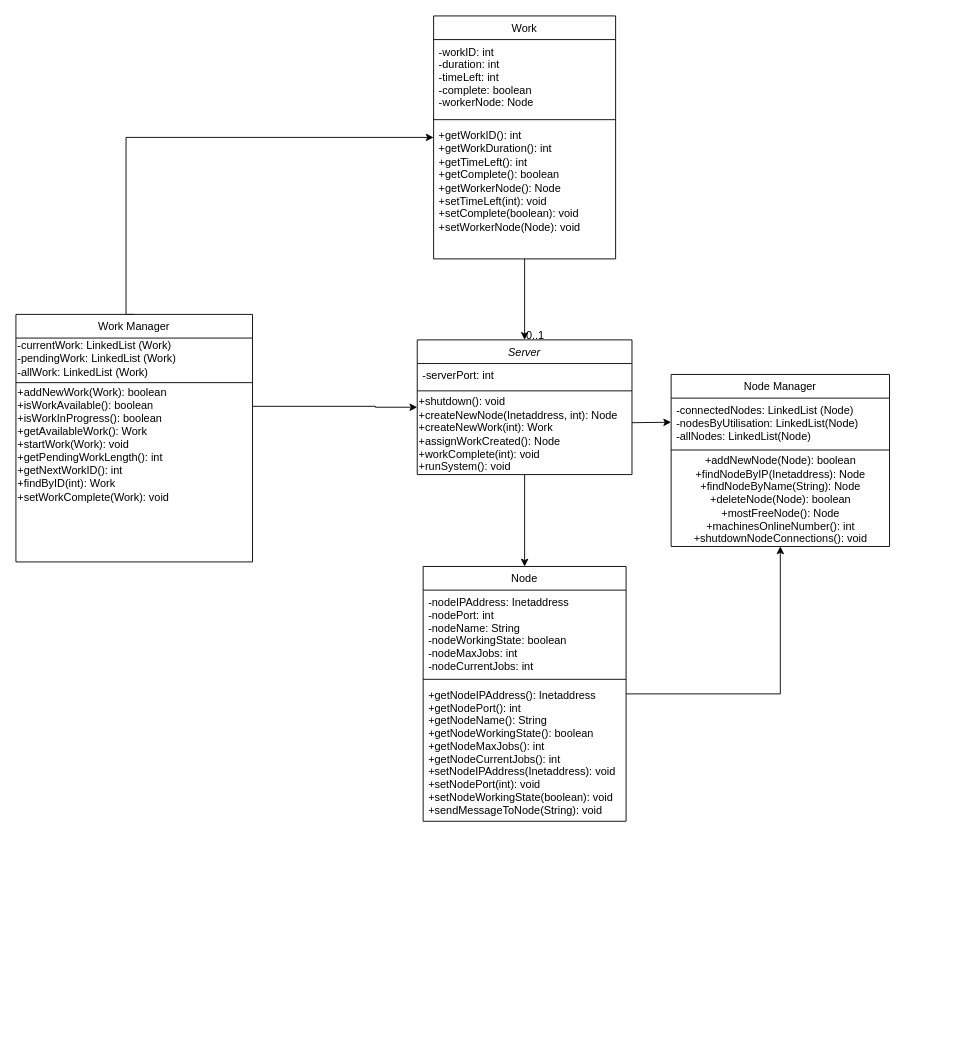
Earlier version of the draw.io diagram Server Class Diagram.drawio (aangu5/COMP27001_Load_Balancer_Server). Source tidied: cells renumbered, new cells numbered last; positions are measured from the earlier drawing's top-left corner, leaving out a move shared by most shapes. Both pictures are drawn from the tidied source at 91%, with x=0, y=0 at pixel (15, 15).
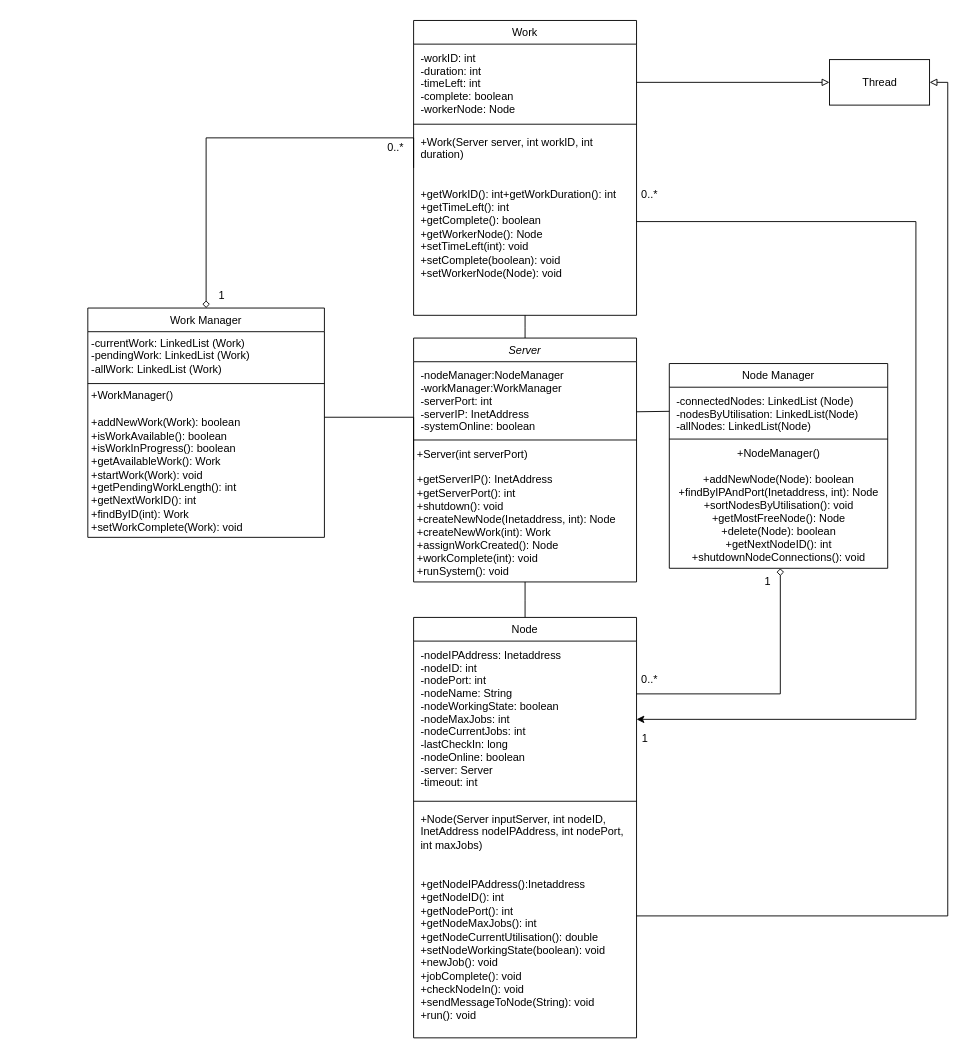
Above is the later version.

What changed in the source:
```diff
@@
+    <mxCell id="13" value="Node Manager" style="swimlane;fontStyle=0;align=center;verticalAlign=top;horizontal=1;startSize=26;rounded=0;shadow=0;strokeWidth=1;" parent="1" vertex="1">
+      <mxGeometry x="718" y="382" width="240" height="225" as="geometry" />
+    </mxCell>
+    <mxCell id="14" value="-connectedNodes: LinkedList (Node)&#10;-nodesByUtilisation: LinkedList(Node)&#10;-allNodes: LinkedList(Node)&#10;" style="text;align=left;verticalAlign=top;spacingLeft=4;spacingRight=4;overflow=hidden;points=[[0,0.5],[1,0.5]];portConstraint=eastwest;spacingBottom=0;spacing=4;" parent="13" vertex="1">
+      <mxGeometry y="26" width="240" height="53" as="geometry" />
+    </mxCell>
+    <mxCell id="15" style="line;html=1;strokeWidth=1;align=left;verticalAlign=middle;spacingTop=-1;spacingLeft=3;spacingRight=3;labelPosition=right;" parent="13" vertex="1">
+      <mxGeometry y="79" width="240" height="8" as="geometry" />
+    </mxCell>
+    <mxCell id="16" value="&lt;div&gt;+NodeManager()&lt;br&gt;&lt;/div&gt;&lt;div&gt;&lt;br&gt;&lt;/div&gt;&lt;div&gt;+addNewNode(Node): boolean&lt;/div&gt;&lt;div&gt;+findByIPAndPort(Inetaddress, int): Node&lt;/div&gt;&lt;div&gt;+sortNodesByUtilisation(): void&lt;/div&gt;&lt;div&gt;+getMostFreeNode(): Node&lt;br&gt;&lt;/div&gt;&lt;div&gt;+delete(Node): boolean&lt;/div&gt;&lt;div&gt;+getNextNodeID(): int&lt;br&gt;&lt;/div&gt;&lt;div&gt;+shutdownNodeConnections(): void&lt;br&gt;&lt;/div&gt;" style="text;html=1;align=center;verticalAlign=middle;spacingBottom=0;spacing=4;" parent="13" vertex="1">
+      <mxGeometry y="87" width="240" height="138" as="geometry" />
+    </mxCell>
-    <mxCell id="2" style="endArrow=none;endSize=10;endFill=0;shadow=0;strokeWidth=1;rounded=0;edgeStyle=elbowEdgeStyle;elbow=vertical;startArrow=classic;startFill=1;" parent="1" edge="1" source="17" target="21">
+    <mxCell id="2" style="endArrow=none;endSize=10;endFill=0;shadow=0;strokeWidth=1;rounded=0;edgeStyle=elbowEdgeStyle;elbow=vertical;startArrow=none;startFill=0;" parent="1" edge="1" source="17" target="21">
       <mxGeometry relative="1" as="geometry" />
     </mxCell>
-    <mxCell id="3" style="endArrow=none;endSize=10;endFill=0;shadow=0;strokeWidth=1;rounded=0;edgeStyle=elbowEdgeStyle;elbow=vertical;exitX=0;exitY=0.5;exitDx=0;exitDy=0;startArrow=classic;startFill=1;" parent="1" edge="1" source="14" target="21">
+    <mxCell id="3" style="endArrow=none;endSize=10;endFill=0;shadow=0;strokeWidth=1;rounded=0;edgeStyle=elbowEdgeStyle;elbow=vertical;exitX=0;exitY=0.5;exitDx=0;exitDy=0;startArrow=none;startFill=0;" parent="1" edge="1" source="14" target="21">
       <mxGeometry relative="1" as="geometry" />
     </mxCell>
-    <mxCell id="4" style="endArrow=none;shadow=0;strokeWidth=1;strokeColor=#000000;rounded=0;endFill=0;edgeStyle=elbowEdgeStyle;elbow=vertical;startArrow=classic;startFill=1;" parent="1" edge="1" source="21" target="8">
+    <mxCell id="4" style="endArrow=none;shadow=0;strokeWidth=1;strokeColor=#000000;rounded=0;endFill=0;edgeStyle=elbowEdgeStyle;elbow=vertical;startArrow=none;startFill=0;" parent="1" edge="1" source="21" target="8">
       <mxGeometry x="0.5" y="41" relative="1" as="geometry">
         <mxPoint x="-40" y="32" as="offset" />
       </mxGeometry>
     </mxCell>
-    <mxCell id="5" value="0..1" style="align=left;verticalAlign=bottom;labelBackgroundColor=none;fontSize=12;" parent="4" vertex="1">
-      <mxGeometry x="-1" relative="1" as="geometry">
-        <mxPoint y="4" as="offset" />
-      </mxGeometry>
-    </mxCell>
-    <mxCell id="6" style="edgeStyle=orthogonalEdgeStyle;rounded=0;jettySize=auto;html=1;exitX=0;exitY=0.5;exitDx=0;exitDy=0;entryX=0.5;entryY=0;entryDx=0;entryDy=0;startArrow=classic;startFill=1;endArrow=none;endFill=0;" parent="1" edge="1" source="8" target="25">
+    <mxCell id="6" style="edgeStyle=orthogonalEdgeStyle;rounded=0;jettySize=auto;html=1;entryX=0;entryY=0.5;entryDx=0;entryDy=0;startArrow=diamond;startFill=0;endArrow=none;endFill=0;" parent="1" edge="1" source="25" target="8">
       <mxGeometry relative="1" as="geometry">
         <Array as="points">
-          <mxPoint x="121" y="134" />
+          <mxPoint x="209" y="134" />
         </Array>
       </mxGeometry>
     </mxCell>
-    <mxCell id="7" style="edgeStyle=orthogonalEdgeStyle;rounded=0;jettySize=auto;html=1;startArrow=classic;startFill=1;endArrow=none;endFill=0;exitX=0;exitY=0.5;exitDx=0;exitDy=0;" parent="1" edge="1" source="21" target="25">
+    <mxCell id="7" style="edgeStyle=orthogonalEdgeStyle;rounded=0;jettySize=auto;html=1;startArrow=none;startFill=0;endArrow=none;endFill=0;exitX=0;exitY=0.5;exitDx=0;exitDy=0;" parent="1" edge="1" source="21" target="25">
       <mxGeometry relative="1" as="geometry">
         <Array as="points">
-          <mxPoint x="395" y="430" />
-          <mxPoint x="395" y="429" />
+          <mxPoint x="437" y="441" />
         </Array>
       </mxGeometry>
     </mxCell>
+    <mxCell id="12" style="edgeStyle=orthogonalEdgeStyle;rounded=0;jettySize=auto;html=1;startArrow=diamond;startFill=0;endArrow=none;endFill=0;" parent="1" edge="1" target="17">
+      <mxGeometry relative="1" as="geometry">
+        <mxPoint x="840" y="607" as="sourcePoint" />
+        <Array as="points">
+          <mxPoint x="840" y="607" />
+          <mxPoint x="840" y="745" />
+        </Array>
+      </mxGeometry>
+    </mxCell>
+    <mxCell id="29" value="0..*" style="text;html=1;align=center;verticalAlign=middle;" parent="1" vertex="1">
+      <mxGeometry x="403" y="136" width="28" height="18" as="geometry" />
+    </mxCell>
+    <mxCell id="30" value="1" style="text;html=1;align=center;verticalAlign=middle;" parent="1" vertex="1">
+      <mxGeometry x="217" y="299" width="17" height="18" as="geometry" />
+    </mxCell>
+    <mxCell id="31" value="0..*" style="text;html=1;align=center;verticalAlign=middle;" parent="1" vertex="1">
+      <mxGeometry x="682" y="720" width="28" height="18" as="geometry" />
+    </mxCell>
+    <mxCell id="32" value="&lt;div&gt;1&lt;/div&gt;" style="text;html=1;align=center;verticalAlign=middle;" parent="1" vertex="1">
+      <mxGeometry x="817" y="613" width="17" height="18" as="geometry" />
+    </mxCell>
+    <mxCell id="33" value="0..*" style="text;html=1;align=center;verticalAlign=middle;" parent="1" vertex="1">
+      <mxGeometry x="682" y="188" width="28" height="18" as="geometry" />
+    </mxCell>
+    <mxCell id="34" value="&lt;div&gt;1&lt;/div&gt;" style="text;html=1;align=center;verticalAlign=middle;" parent="1" vertex="1">
+      <mxGeometry x="682" y="785" width="17" height="18" as="geometry" />
+    </mxCell>
+    <mxCell id="35" style="edgeStyle=orthogonalEdgeStyle;rounded=0;jettySize=auto;html=1;startArrow=none;startFill=0;entryX=1;entryY=0.5;entryDx=0;entryDy=0;" parent="1" edge="1" source="11" target="18">
+      <mxGeometry relative="1" as="geometry">
+        <Array as="points">
+          <mxPoint x="989" y="226" />
+          <mxPoint x="989" y="773" />
+        </Array>
+      </mxGeometry>
+    </mxCell>
     <mxCell id="8" value="Work" style="swimlane;fontStyle=0;align=center;verticalAlign=top;horizontal=1;startSize=26;rounded=0;shadow=0;strokeWidth=1;" parent="1" vertex="1">
-      <mxGeometry x="459" width="200" height="267" as="geometry" />
+      <mxGeometry x="437" y="5" width="245" height="324" as="geometry" />
     </mxCell>
-    <mxCell id="9" value="-workID: int&#10;-duration: int&#10;-timeLeft: int&#10;-complete: boolean&#10;-workerNode: Node&#10;&#10;" style="text;align=left;verticalAlign=top;spacingLeft=4;spacingRight=4;overflow=hidden;points=[[0,0.5],[1,0.5]];portConstraint=eastwest;" parent="8" vertex="1">
-      <mxGeometry y="26" width="200" height="84" as="geometry" />
+    <mxCell id="9" value="-workID: int&#10;-duration: int&#10;-timeLeft: int&#10;-complete: boolean&#10;-workerNode: Node&#10;&#10;" style="text;align=left;verticalAlign=top;spacingLeft=4;spacingRight=4;overflow=hidden;points=[[0,0.5],[1,0.5]];portConstraint=eastwest;spacingBottom=0;spacing=4;" parent="8" vertex="1">
+      <mxGeometry y="26" width="245" height="84" as="geometry" />
     </mxCell>
     <mxCell id="10" style="line;html=1;strokeWidth=1;align=left;verticalAlign=middle;spacingTop=-1;spacingLeft=3;spacingRight=3;labelPosition=right;" parent="8" vertex="1">
-      <mxGeometry y="110" width="200" height="8" as="geometry" />
+      <mxGeometry y="110" width="245" height="8" as="geometry" />
     </mxCell>
-    <mxCell id="11" value="+getWorkID(): int&#10;+getWorkDuration(): int&#10;+getTimeLeft(): int&#10;+getComplete(): boolean&#10;+getWorkerNode(): Node&#10;+setTimeLeft(int): void&#10;+setComplete(boolean): void&#10;+setWorkerNode(Node): void&#10;" style="text;align=left;verticalAlign=top;spacingLeft=4;spacingRight=4;overflow=hidden;points=[[0,0.5],[1,0.5]];portConstraint=eastwest;whiteSpace=wrap;" parent="8" vertex="1">
-      <mxGeometry y="118" width="200" height="132" as="geometry" />
+    <mxCell id="11" value="+Work(Server server, int workID, int duration)&#10;&#10;&#10;+getWorkID(): int+getWorkDuration(): int&#10;+getTimeLeft(): int&#10;+getComplete(): boolean&#10;+getWorkerNode(): Node&#10;+setTimeLeft(int): void&#10;+setComplete(boolean): void&#10;+setWorkerNode(Node): void&#10;" style="text;align=left;verticalAlign=top;spacingLeft=4;spacingRight=4;overflow=hidden;points=[[0,0.5],[1,0.5]];portConstraint=eastwest;whiteSpace=wrap;spacingBottom=0;spacing=4;" parent="8" vertex="1">
+      <mxGeometry y="118" width="245" height="206" as="geometry" />
     </mxCell>
-    <mxCell id="12" style="edgeStyle=orthogonalEdgeStyle;rounded=0;jettySize=auto;html=1;exitX=0.5;exitY=1;exitDx=0;exitDy=0;startArrow=classic;startFill=1;endArrow=none;endFill=0;" parent="1" edge="1" source="13" target="17">
-      <mxGeometry relative="1" as="geometry">
-        <Array as="points">
-          <mxPoint x="840" y="745" />
-        </Array>
-      </mxGeometry>
-    </mxCell>
-    <mxCell id="13" value="Node Manager" style="swimlane;fontStyle=0;align=center;verticalAlign=top;horizontal=1;startSize=26;rounded=0;shadow=0;strokeWidth=1;" parent="1" vertex="1">
-      <mxGeometry x="720" y="394" width="240" height="189" as="geometry" />
-    </mxCell>
-    <mxCell id="14" value="-connectedNodes: LinkedList (Node)&#10;-nodesByUtilisation: LinkedList(Node)&#10;-allNodes: LinkedList(Node)&#10;" style="text;align=left;verticalAlign=top;spacingLeft=4;spacingRight=4;overflow=hidden;points=[[0,0.5],[1,0.5]];portConstraint=eastwest;" parent="13" vertex="1">
-      <mxGeometry y="26" width="240" height="53" as="geometry" />
-    </mxCell>
-    <mxCell id="15" style="line;html=1;strokeWidth=1;align=left;verticalAlign=middle;spacingTop=-1;spacingLeft=3;spacingRight=3;labelPosition=right;" parent="13" vertex="1">
-      <mxGeometry y="79" width="240" height="8" as="geometry" />
-    </mxCell>
-    <mxCell id="16" value="&lt;div&gt;+addNewNode(Node): boolean&lt;/div&gt;&lt;div&gt;+findNodeByIP(Inetaddress): Node&lt;/div&gt;&lt;div&gt;+findNodeByName(String): Node&lt;/div&gt;&lt;div&gt;+deleteNode(Node): boolean&lt;/div&gt;&lt;div&gt;+mostFreeNode(): Node&lt;/div&gt;&lt;div&gt;+machinesOnlineNumber(): int&lt;/div&gt;&lt;div&gt;+shutdownNodeConnections(): void&lt;br&gt;&lt;/div&gt;" style="text;html=1;align=center;verticalAlign=middle;" parent="13" vertex="1">
-      <mxGeometry y="87" width="240" height="102" as="geometry" />
-    </mxCell>
-    <mxCell id="17" value="Node" style="swimlane;fontStyle=0;align=center;verticalAlign=top;horizontal=1;startSize=26;rounded=0;shadow=0;strokeWidth=1;" parent="1" vertex="1">
-      <mxGeometry x="447.5" y="605" width="223" height="280" as="geometry" />
-    </mxCell>
-    <mxCell id="18" value="-nodeIPAddress: Inetaddress&#10;-nodePort: int&#10;-nodeName: String&#10;-nodeWorkingState: boolean&#10;-nodeMaxJobs: int&#10;-nodeCurrentJobs: int&#10;&#10;" style="text;align=left;verticalAlign=top;spacingLeft=4;spacingRight=4;overflow=hidden;points=[[0,0.5],[1,0.5]];portConstraint=eastwest;" parent="17" vertex="1">
-      <mxGeometry y="26" width="223" height="94" as="geometry" />
-    </mxCell>
-    <mxCell id="19" style="line;html=1;strokeWidth=1;align=left;verticalAlign=middle;spacingTop=-1;spacingLeft=3;spacingRight=3;labelPosition=right;" parent="17" vertex="1">
-      <mxGeometry y="120" width="223" height="8" as="geometry" />
-    </mxCell>
-    <mxCell id="20" value="+getNodeIPAddress(): Inetaddress&#10;+getNodePort(): int&#10;+getNodeName(): String&#10;+getNodeWorkingState(): boolean&#10;+getNodeMaxJobs(): int&#10;+getNodeCurrentJobs(): int&#10;+setNodeIPAddress(Inetaddress): void&#10;+setNodePort(int): void&#10;+setNodeWorkingState(boolean): void&#10;+sendMessageToNode(String): void&#10;&#10; " style="text;align=left;verticalAlign=top;spacingLeft=4;spacingRight=4;overflow=hidden;points=[[0,0.5],[1,0.5]];portConstraint=eastwest;fontStyle=0;" parent="17" vertex="1">
-      <mxGeometry y="128" width="223" height="152" as="geometry" />
-    </mxCell>
     <mxCell id="21" value="Server" style="swimlane;fontStyle=2;align=center;verticalAlign=top;horizontal=1;startSize=26;rounded=0;shadow=0;strokeWidth=1;" parent="1" vertex="1">
-      <mxGeometry x="441" y="356" width="236" height="148" as="geometry" />
+      <mxGeometry x="437" y="354" width="245" height="268" as="geometry" />
     </mxCell>
-    <mxCell id="22" value="-serverPort: int" style="text;align=left;verticalAlign=top;spacingLeft=4;spacingRight=4;overflow=hidden;" parent="21" vertex="1">
-      <mxGeometry y="26" width="236" height="26" as="geometry" />
+    <mxCell id="22" value="-nodeManager:NodeManager&#10;-workManager:WorkManager&#10;-serverPort: int&#10;-serverIP: InetAddress&#10;-systemOnline: boolean&#10;" style="text;align=left;verticalAlign=top;spacingLeft=4;spacingRight=4;overflow=hidden;spacingBottom=0;spacing=4;" parent="21" vertex="1">
+      <mxGeometry y="26" width="245" height="82" as="geometry" />
     </mxCell>
     <mxCell id="23" style="line;html=1;strokeWidth=1;align=left;verticalAlign=middle;spacingTop=-1;spacingLeft=3;spacingRight=3;labelPosition=right;" parent="21" vertex="1">
-      <mxGeometry y="52" width="236" height="8" as="geometry" />
+      <mxGeometry y="108" width="245" height="8" as="geometry" />
     </mxCell>
-    <mxCell id="24" value="&lt;div&gt;+shutdown(): void&lt;/div&gt;&lt;div&gt;+createNewNode(Inetaddress, int): Node&lt;/div&gt;&lt;div&gt;+createNewWork(int): Work&lt;/div&gt;&lt;div&gt;+assignWorkCreated(): Node&lt;/div&gt;&lt;div&gt;+workComplete(int): void&lt;/div&gt;&lt;div&gt;+runSystem(): void &lt;br&gt;&lt;/div&gt;" style="text;html=1;align=left;verticalAlign=middle;" parent="21" vertex="1">
-      <mxGeometry y="60" width="236" height="88" as="geometry" />
+    <mxCell id="24" value="&lt;div&gt;+Server(int serverPort)&lt;/div&gt;&lt;div&gt;&lt;br&gt;&lt;/div&gt;&lt;div&gt;+getServerIP(): InetAddress&lt;/div&gt;&lt;div&gt;+getServerPort(): int&lt;br&gt;&lt;/div&gt;&lt;div&gt;+shutdown(): void&lt;/div&gt;&lt;div&gt;+createNewNode(Inetaddress, int): Node&lt;/div&gt;&lt;div&gt;+createNewWork(int): Work&lt;/div&gt;&lt;div&gt;+assignWorkCreated(): Node&lt;/div&gt;&lt;div&gt;+workComplete(int): void&lt;/div&gt;&lt;div&gt;+runSystem(): void &lt;br&gt;&lt;/div&gt;" style="text;html=1;align=left;verticalAlign=middle;spacingBottom=0;spacing=4;" parent="21" vertex="1">
+      <mxGeometry y="116" width="245" height="152" as="geometry" />
     </mxCell>
     <mxCell id="25" value="Work Manager" style="swimlane;fontStyle=0;align=center;verticalAlign=top;horizontal=1;startSize=26;rounded=0;shadow=0;strokeWidth=1;" parent="1" vertex="1">
-      <mxGeometry y="328" width="260" height="272" as="geometry" />
+      <mxGeometry x="79" y="321" width="260" height="252" as="geometry" />
     </mxCell>
-    <mxCell id="26" value="&lt;div align=&quot;left&quot;&gt;-currentWork: LinkedList (Work)&lt;br&gt;-pendingWork: LinkedList (Work)&lt;br&gt;-allWork: LinkedList (Work)&lt;/div&gt;" style="text;html=1;align=left;verticalAlign=middle;" parent="25" vertex="1">
-      <mxGeometry y="26" width="260" height="46" as="geometry" />
+    <mxCell id="26" value="&lt;div align=&quot;left&quot;&gt;-currentWork: LinkedList (Work)&lt;br&gt;-pendingWork: LinkedList (Work)&lt;br&gt;-allWork: LinkedList (Work)&lt;/div&gt;" style="text;html=1;align=left;verticalAlign=middle;spacingBottom=0;spacing=4;" parent="25" vertex="1">
+      <mxGeometry y="26" width="260" height="54" as="geometry" />
     </mxCell>
     <mxCell id="27" style="line;html=1;strokeWidth=1;align=left;verticalAlign=middle;spacingTop=-1;spacingLeft=3;spacingRight=3;labelPosition=right;" parent="25" vertex="1">
-      <mxGeometry y="72" width="260" height="6" as="geometry" />
+      <mxGeometry y="80" width="260" height="6" as="geometry" />
     </mxCell>
-    <mxCell id="28" value="&lt;div&gt;+addNewWork(Work): boolean&lt;/div&gt;&lt;div&gt;+isWorkAvailable(): boolean&lt;/div&gt;&lt;div&gt;+isWorkInProgress(): boolean&lt;/div&gt;&lt;div&gt;+getAvailableWork(): Work&lt;/div&gt;&lt;div&gt;+startWork(Work): void&lt;/div&gt;&lt;div&gt;+getPendingWorkLength(): int&lt;/div&gt;&lt;div&gt;+getNextWorkID(): int&lt;/div&gt;&lt;div&gt;+findByID(int): Work&lt;/div&gt;&lt;div&gt;+setWorkComplete(Work): void&lt;br&gt;&lt;/div&gt;" style="text;html=1;align=left;verticalAlign=middle;" parent="25" vertex="1">
-      <mxGeometry y="78" width="260" height="130" as="geometry" />
+    <mxCell id="28" value="&lt;div&gt;+WorkManager()&lt;/div&gt;&lt;div&gt;&lt;br&gt;&lt;/div&gt;&lt;div&gt;+addNewWork(Work): boolean&lt;/div&gt;&lt;div&gt;+isWorkAvailable(): boolean&lt;/div&gt;&lt;div&gt;+isWorkInProgress(): boolean&lt;/div&gt;&lt;div&gt;+getAvailableWork(): Work&lt;/div&gt;&lt;div&gt;+startWork(Work): void&lt;/div&gt;&lt;div&gt;+getPendingWorkLength(): int&lt;/div&gt;&lt;div&gt;+getNextWorkID(): int&lt;/div&gt;&lt;div&gt;+findByID(int): Work&lt;/div&gt;&lt;div&gt;+setWorkComplete(Work): void&lt;br&gt;&lt;/div&gt;" style="text;html=1;align=left;verticalAlign=middle;spacingBottom=0;spacing=4;" parent="25" vertex="1">
+      <mxGeometry y="86" width="260" height="166" as="geometry" />
     </mxCell>
+    <mxCell id="17" value="Node" style="swimlane;fontStyle=0;align=center;verticalAlign=top;horizontal=1;startSize=26;rounded=0;shadow=0;strokeWidth=1;" parent="1" vertex="1">
+      <mxGeometry x="437" y="661" width="245" height="462" as="geometry" />
+    </mxCell>
+    <mxCell id="18" value="-nodeIPAddress: Inetaddress&#10;-nodeID: int&#10;-nodePort: int&#10;-nodeName: String&#10;-nodeWorkingState: boolean&#10;-nodeMaxJobs: int&#10;-nodeCurrentJobs: int&#10;-lastCheckIn: long&#10;-nodeOnline: boolean&#10;-server: Server&#10;-timeout: int&#10;&#10;&#10;" style="text;align=left;verticalAlign=top;spacingLeft=4;spacingRight=4;overflow=hidden;points=[[0,0.5],[1,0.5]];portConstraint=eastwest;spacingBottom=0;spacing=4;" parent="17" vertex="1">
+      <mxGeometry y="26" width="245" height="172" as="geometry" />
+    </mxCell>
+    <mxCell id="19" style="line;html=1;strokeWidth=1;align=left;verticalAlign=middle;spacingTop=-1;spacingLeft=3;spacingRight=3;labelPosition=right;" parent="17" vertex="1">
+      <mxGeometry y="198" width="245" height="8" as="geometry" />
+    </mxCell>
+    <mxCell id="20" value="+Node(Server inputServer, int nodeID, InetAddress nodeIPAddress, int nodePort, int maxJobs)&#10;&#10;&#10;+getNodeIPAddress():Inetaddress&#10;+getNodeID(): int&#10;+getNodePort(): int&#10;+getNodeMaxJobs(): int&#10;+getNodeCurrentUtilisation(): double&#10;+setNodeWorkingState(boolean): void&#10;+newJob(): void&#10;+jobComplete(): void&#10;+checkNodeIn(): void&#10;+sendMessageToNode(String): void&#10;+run(): void&#10; " style="text;align=left;verticalAlign=top;spacingLeft=4;spacingRight=4;overflow=hidden;points=[[0,0.5],[1,0.5]];portConstraint=eastwest;fontStyle=0;spacingBottom=0;spacing=4;whiteSpace=wrap;" parent="17" vertex="1">
+      <mxGeometry y="206" width="245" height="244" as="geometry" />
+    </mxCell>
+    <mxCell id="36" value="Thread" style="html=1;fillColor=none;" parent="1" vertex="1">
+      <mxGeometry x="894" y="48" width="110" height="50" as="geometry" />
+    </mxCell>
+    <mxCell id="37" style="edgeStyle=orthogonalEdgeStyle;rounded=0;jettySize=auto;html=1;exitX=1;exitY=0.5;exitDx=0;exitDy=0;startArrow=none;startFill=0;endArrow=block;endFill=0;" parent="1" edge="1" source="9" target="36">
+      <mxGeometry relative="1" as="geometry" />
+    </mxCell>
+    <mxCell id="38" style="edgeStyle=orthogonalEdgeStyle;rounded=0;jettySize=auto;html=1;exitX=1;exitY=0.5;exitDx=0;exitDy=0;entryX=1;entryY=0.5;entryDx=0;entryDy=0;startArrow=none;startFill=0;endArrow=block;endFill=0;" parent="1" edge="1" source="20" target="36">
+      <mxGeometry relative="1" as="geometry" />
+    </mxCell>
```
